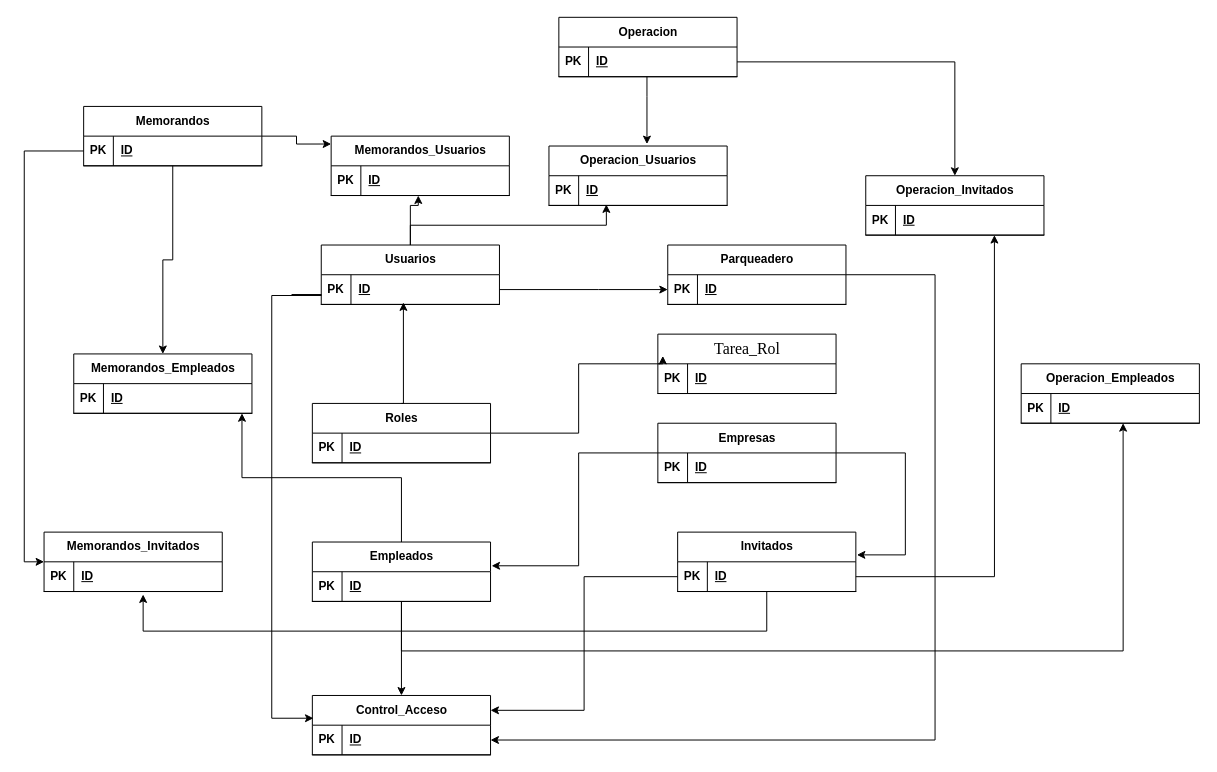
This is Diagrama de clases ACME.drawio from MichelAdrianTorradoRoa/SISTEMA_DE_CONTROL_DE_ACCESO_PARA_EL_COMPLEJO_EMPRESARIAL_ZONA_ACME, a draw.io file, before an edit. Source tidied: cells renumbered, new cells numbered last; positions are measured from the earlier drawing's top-left corner, leaving out a move shared by most shapes. Both pictures are drawn from the tidied source at 99%, with x=0, y=0 at pixel (24, 17).
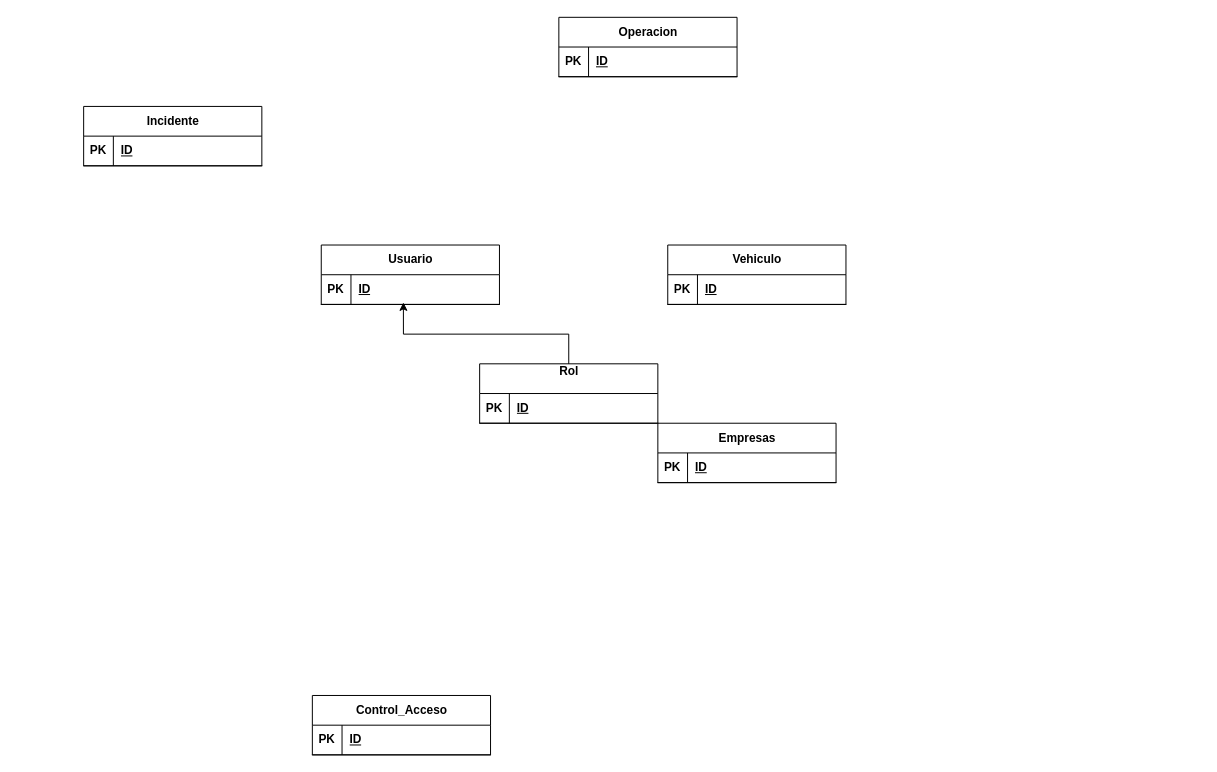
The same diagram, later.

The change refers to these unchanged cells:
```xml
<mxCell id="4" style="shape=tableRow;horizontal=0;startSize=0;swimlaneHead=0;swimlaneBody=0;fillColor=none;points=[[0,0.5],[1,0.5]];portConstraint=eastwest;top=0;left=0;right=0;bottom=1;" parent="3" vertex="1">
  <mxGeometry y="30" width="180" height="30" as="geometry" />
</mxCell>
<mxCell id="7" value="Empresas" style="shape=table;startSize=30;childLayout=tableLayout;rowLines=0;fontStyle=1;align=center;html=1;" parent="1" vertex="1">
  <mxGeometry x="640" y="410" width="180" height="60" as="geometry" />
</mxCell>
<mxCell id="8" style="shape=tableRow;horizontal=0;startSize=0;swimlaneHead=0;swimlaneBody=0;fillColor=none;points=[[0,0.5],[1,0.5]];portConstraint=eastwest;top=0;left=0;right=0;bottom=1;" parent="7" vertex="1">
  <mxGeometry y="30" width="180" height="30" as="geometry" />
</mxCell>
<mxCell id="20" value="Control_Acceso" style="shape=table;startSize=30;childLayout=tableLayout;rowLines=0;fontStyle=1;align=center;html=1;" parent="1" vertex="1">
  <mxGeometry x="291" y="685" width="180" height="60" as="geometry" />
</mxCell>
<mxCell id="21" style="shape=tableRow;horizontal=0;startSize=0;swimlaneHead=0;swimlaneBody=0;fillColor=none;points=[[0,0.5],[1,0.5]];portConstraint=eastwest;top=0;left=0;right=0;bottom=1;" parent="20" vertex="1">
  <mxGeometry y="30" width="180" height="30" as="geometry" />
</mxCell>
<mxCell id="26" style="shape=tableRow;horizontal=0;startSize=0;swimlaneHead=0;swimlaneBody=0;fillColor=none;points=[[0,0.5],[1,0.5]];portConstraint=eastwest;top=0;left=0;right=0;bottom=1;" parent="25" vertex="1">
  <mxGeometry y="30" width="180" height="30" as="geometry" />
</mxCell>
<mxCell id="35" style="shape=tableRow;horizontal=0;startSize=0;swimlaneHead=0;swimlaneBody=0;fillColor=none;points=[[0,0.5],[1,0.5]];portConstraint=eastwest;top=0;left=0;right=0;bottom=1;" parent="34" vertex="1">
  <mxGeometry y="30" width="180" height="30" as="geometry" />
</mxCell>
<mxCell id="38" value="Operacion" style="shape=table;startSize=30;childLayout=tableLayout;rowLines=0;fontStyle=1;align=center;html=1;" parent="1" vertex="1">
  <mxGeometry x="540" width="180" height="60" as="geometry" />
</mxCell>
<mxCell id="39" style="shape=tableRow;horizontal=0;startSize=0;swimlaneHead=0;swimlaneBody=0;fillColor=none;points=[[0,0.5],[1,0.5]];portConstraint=eastwest;top=0;left=0;right=0;bottom=1;" parent="38" vertex="1">
  <mxGeometry y="30" width="180" height="30" as="geometry" />
</mxCell>
```

The edit, as a diff of the source:
```diff
@@
-    <mxCell id="2" style="edgeStyle=orthogonalEdgeStyle;rounded=0;jettySize=auto;html=1;entryX=0;entryY=0.5;entryDx=0;entryDy=0;" parent="1" edge="1" source="3" target="35">
-      <mxGeometry relative="1" as="geometry">
-        <Array as="points">
-          <mxPoint x="580" y="275" />
-          <mxPoint x="580" y="275" />
-        </Array>
-      </mxGeometry>
-    </mxCell>
-    <mxCell id="3" value="Usuarios" style="shape=table;startSize=30;childLayout=tableLayout;rowLines=0;fontStyle=1;align=center;html=1;" parent="1" vertex="1">
+    <mxCell id="3" value="Usuario" style="shape=table;startSize=30;childLayout=tableLayout;rowLines=0;fontStyle=1;align=center;html=1;" parent="1" vertex="1">
       <mxGeometry x="300" y="230" width="180" height="60" as="geometry" />
     </mxCell>
@@
-    <mxCell id="11" value="Roles" style="shape=table;startSize=30;childLayout=tableLayout;rowLines=0;fontStyle=1;align=center;html=1;" parent="1" vertex="1">
-      <mxGeometry x="291" y="390" width="180" height="60" as="geometry" />
+    <mxCell id="11" value="Rol&lt;div&gt;&lt;br&gt;&lt;/div&gt;" style="shape=table;startSize=30;childLayout=tableLayout;rowLines=0;fontStyle=1;align=center;html=1;" parent="1" vertex="1">
+      <mxGeometry x="460" y="350" width="180" height="60" as="geometry" />
     </mxCell>
@@
-    <mxCell id="15" style="edgeStyle=orthogonalEdgeStyle;rounded=0;jettySize=auto;html=1;entryX=0.5;entryY=0;entryDx=0;entryDy=0;" parent="1" edge="1" source="16" target="20">
-      <mxGeometry relative="1" as="geometry" />
-    </mxCell>
-    <mxCell id="16" value="Empleados" style="shape=table;startSize=30;childLayout=tableLayout;rowLines=0;fontStyle=1;align=center;html=1;" parent="1" vertex="1">
-      <mxGeometry x="291" y="530" width="180" height="60" as="geometry" />
-    </mxCell>
-    <mxCell id="17" style="shape=tableRow;horizontal=0;startSize=0;swimlaneHead=0;swimlaneBody=0;fillColor=none;points=[[0,0.5],[1,0.5]];portConstraint=eastwest;top=0;left=0;right=0;bottom=1;" parent="16" vertex="1">
-      <mxGeometry y="30" width="180" height="30" as="geometry" />
-    </mxCell>
-    <mxCell id="18" value="PK" style="shape=partialRectangle;fillColor=none;top=0;left=0;bottom=0;right=0;fontStyle=1;overflow=hidden;whiteSpace=wrap;html=1;" parent="17" vertex="1">
-      <mxGeometry width="30" height="30" as="geometry" />
-    </mxCell>
-    <mxCell id="19" value="ID" style="shape=partialRectangle;fillColor=none;top=0;left=0;bottom=0;right=0;align=left;spacingLeft=6;fontStyle=5;overflow=hidden;whiteSpace=wrap;html=1;" parent="17" vertex="1">
-      <mxGeometry x="30" width="150" height="30" as="geometry" />
-    </mxCell>
@@
-    <mxCell id="24" style="edgeStyle=orthogonalEdgeStyle;rounded=0;jettySize=auto;html=1;" parent="1" edge="1" source="25" target="64">
-      <mxGeometry relative="1" as="geometry" />
-    </mxCell>
-    <mxCell id="25" value="Memorandos" style="shape=table;startSize=30;childLayout=tableLayout;rowLines=0;fontStyle=1;align=center;html=1;" parent="1" vertex="1">
+    <mxCell id="25" value="Incidente" style="shape=table;startSize=30;childLayout=tableLayout;rowLines=0;fontStyle=1;align=center;html=1;" parent="1" vertex="1">
       <mxGeometry x="60" y="90" width="180" height="60" as="geometry" />
     </mxCell>
@@
-    <mxCell id="29" value="&lt;span id=&quot;docs-internal-guid-4f2db24e-7fff-1957-41ad-e307b4687764&quot; style=&quot;font-weight:normal;&quot;&gt;&lt;span style=&quot;font-size: 12pt; font-family: &amp;quot;Times New Roman&amp;quot;, serif; background-color: transparent; font-variant-numeric: normal; font-variant-east-asian: normal; font-variant-alternates: normal; font-variant-position: normal; font-variant-emoji: normal; vertical-align: baseline; white-space: pre-wrap;&quot;&gt;Tarea_Rol&lt;/span&gt;&lt;/span&gt;" style="shape=table;startSize=30;childLayout=tableLayout;rowLines=0;fontStyle=1;align=center;html=1;" parent="1" vertex="1">
-      <mxGeometry x="640" y="320" width="180" height="60" as="geometry" />
-    </mxCell>
-    <mxCell id="30" style="shape=tableRow;horizontal=0;startSize=0;swimlaneHead=0;swimlaneBody=0;fillColor=none;top=0;left=0;right=0;bottom=1;" parent="29" vertex="1">
-      <mxGeometry y="30" width="180" height="30" as="geometry" />
-    </mxCell>
-    <mxCell id="31" value="PK" style="shape=partialRectangle;fillColor=none;top=0;left=0;bottom=0;right=0;fontStyle=1;overflow=hidden;whiteSpace=wrap;html=1;" parent="30" vertex="1">
-      <mxGeometry width="30" height="30" as="geometry" />
-    </mxCell>
-    <mxCell id="32" value="ID" style="shape=partialRectangle;fillColor=none;top=0;left=0;bottom=0;right=0;align=left;spacingLeft=6;fontStyle=5;overflow=hidden;whiteSpace=wrap;html=1;" parent="30" vertex="1">
-      <mxGeometry x="30" width="150" height="30" as="geometry" />
-    </mxCell>
-    <mxCell id="33" style="edgeStyle=orthogonalEdgeStyle;rounded=0;jettySize=auto;html=1;entryX=1;entryY=0.5;entryDx=0;entryDy=0;" parent="1" edge="1" source="34" target="21">
-      <mxGeometry relative="1" as="geometry">
-        <Array as="points">
-          <mxPoint x="920" y="260" />
-          <mxPoint x="920" y="730" />
-        </Array>
-      </mxGeometry>
-    </mxCell>
-    <mxCell id="34" value="Parqueadero" style="shape=table;startSize=30;childLayout=tableLayout;rowLines=0;fontStyle=1;align=center;html=1;" parent="1" vertex="1">
+    <mxCell id="34" value="Vehiculo" style="shape=table;startSize=30;childLayout=tableLayout;rowLines=0;fontStyle=1;align=center;html=1;" parent="1" vertex="1">
       <mxGeometry x="650" y="230" width="180" height="60" as="geometry" />
     </mxCell>
@@
-    <mxCell id="42" value="Invitados" style="shape=table;startSize=30;childLayout=tableLayout;rowLines=0;fontStyle=1;align=center;html=1;" parent="1" vertex="1">
-      <mxGeometry x="660" y="520" width="180" height="60" as="geometry" />
-    </mxCell>
-    <mxCell id="43" style="shape=tableRow;horizontal=0;startSize=0;swimlaneHead=0;swimlaneBody=0;fillColor=none;points=[[0,0.5],[1,0.5]];portConstraint=eastwest;top=0;left=0;right=0;bottom=1;" parent="42" vertex="1">
-      <mxGeometry y="30" width="180" height="30" as="geometry" />
-    </mxCell>
-    <mxCell id="44" value="PK" style="shape=partialRectangle;fillColor=none;top=0;left=0;bottom=0;right=0;fontStyle=1;overflow=hidden;whiteSpace=wrap;html=1;" parent="43" vertex="1">
-      <mxGeometry width="30" height="30" as="geometry" />
-    </mxCell>
-    <mxCell id="45" value="ID" style="shape=partialRectangle;fillColor=none;top=0;left=0;bottom=0;right=0;align=left;spacingLeft=6;fontStyle=5;overflow=hidden;whiteSpace=wrap;html=1;" parent="43" vertex="1">
-      <mxGeometry x="30" width="150" height="30" as="geometry" />
-    </mxCell>
     <mxCell id="46" style="edgeStyle=orthogonalEdgeStyle;rounded=0;jettySize=auto;html=1;exitX=0.5;exitY=0;exitDx=0;exitDy=0;entryX=0.461;entryY=0.933;entryDx=0;entryDy=0;entryPerimeter=0;" parent="1" edge="1" source="11" target="4">
       <mxGeometry relative="1" as="geometry">
         <Array as="points">
-          <mxPoint x="383" y="390" />
+          <mxPoint x="550" y="320" />
+          <mxPoint x="383" y="320" />
         </Array>
       </mxGeometry>
     </mxCell>
-    <mxCell id="47" style="edgeStyle=orthogonalEdgeStyle;rounded=0;jettySize=auto;html=1;entryX=1.006;entryY=0.4;entryDx=0;entryDy=0;entryPerimeter=0;" parent="1" edge="1" source="7" target="16">
-      <mxGeometry relative="1" as="geometry">
-        <Array as="points">
-          <mxPoint x="560" y="440" />
-          <mxPoint x="560" y="554" />
-        </Array>
-      </mxGeometry>
-    </mxCell>
-    <mxCell id="48" style="edgeStyle=orthogonalEdgeStyle;rounded=0;jettySize=auto;html=1;entryX=1.006;entryY=0.383;entryDx=0;entryDy=0;entryPerimeter=0;" parent="1" edge="1" source="8" target="42">
-      <mxGeometry relative="1" as="geometry">
-        <Array as="points">
-          <mxPoint x="890" y="440" />
-          <mxPoint x="890" y="543" />
-        </Array>
-      </mxGeometry>
-    </mxCell>
-    <mxCell id="49" style="edgeStyle=orthogonalEdgeStyle;rounded=0;jettySize=auto;html=1;entryX=0.028;entryY=0.367;entryDx=0;entryDy=0;entryPerimeter=0;" parent="1" edge="1" source="11" target="29">
-      <mxGeometry relative="1" as="geometry">
-        <Array as="points">
-          <mxPoint x="560" y="420" />
-          <mxPoint x="560" y="350" />
-          <mxPoint x="645" y="350" />
-        </Array>
-      </mxGeometry>
-    </mxCell>
-    <mxCell id="50" style="edgeStyle=orthogonalEdgeStyle;rounded=0;jettySize=auto;html=1;entryX=0.006;entryY=0.383;entryDx=0;entryDy=0;entryPerimeter=0;" parent="1" edge="1" target="20">
-      <mxGeometry relative="1" as="geometry">
-        <mxPoint x="270" y="280" as="sourcePoint" />
-        <Array as="points">
-          <mxPoint x="300" y="280" />
-          <mxPoint x="300" y="281" />
-          <mxPoint x="250" y="281" />
-          <mxPoint x="250" y="708" />
-        </Array>
-      </mxGeometry>
-    </mxCell>
-    <mxCell id="51" style="edgeStyle=orthogonalEdgeStyle;rounded=0;jettySize=auto;html=1;entryX=1;entryY=0.25;entryDx=0;entryDy=0;" parent="1" edge="1" source="43" target="20">
-      <mxGeometry relative="1" as="geometry" />
-    </mxCell>
-    <mxCell id="52" value="Memorandos_Usuarios" style="shape=table;startSize=30;childLayout=tableLayout;rowLines=0;fontStyle=1;align=center;html=1;" parent="1" vertex="1">
-      <mxGeometry x="310" y="120" width="180" height="60" as="geometry" />
-    </mxCell>
-    <mxCell id="53" style="shape=tableRow;horizontal=0;startSize=0;swimlaneHead=0;swimlaneBody=0;fillColor=none;points=[[0,0.5],[1,0.5]];portConstraint=eastwest;top=0;left=0;right=0;bottom=1;" parent="52" vertex="1">
-      <mxGeometry y="30" width="180" height="30" as="geometry" />
-    </mxCell>
-    <mxCell id="54" value="PK" style="shape=partialRectangle;fillColor=none;top=0;left=0;bottom=0;right=0;fontStyle=1;overflow=hidden;whiteSpace=wrap;html=1;" parent="53" vertex="1">
-      <mxGeometry width="30" height="30" as="geometry" />
-    </mxCell>
-    <mxCell id="55" value="ID" style="shape=partialRectangle;fillColor=none;top=0;left=0;bottom=0;right=0;align=left;spacingLeft=6;fontStyle=5;overflow=hidden;whiteSpace=wrap;html=1;" parent="53" vertex="1">
-      <mxGeometry x="30" width="150" height="30" as="geometry" />
-    </mxCell>
-    <mxCell id="56" value="Operacion_Usuarios" style="shape=table;startSize=30;childLayout=tableLayout;rowLines=0;fontStyle=1;align=center;html=1;" parent="1" vertex="1">
-      <mxGeometry x="530" y="130" width="180" height="60" as="geometry" />
-    </mxCell>
-    <mxCell id="57" style="shape=tableRow;horizontal=0;startSize=0;swimlaneHead=0;swimlaneBody=0;fillColor=none;points=[[0,0.5],[1,0.5]];portConstraint=eastwest;top=0;left=0;right=0;bottom=1;" parent="56" vertex="1">
-      <mxGeometry y="30" width="180" height="30" as="geometry" />
-    </mxCell>
-    <mxCell id="58" value="PK" style="shape=partialRectangle;fillColor=none;top=0;left=0;bottom=0;right=0;fontStyle=1;overflow=hidden;whiteSpace=wrap;html=1;" parent="57" vertex="1">
-      <mxGeometry width="30" height="30" as="geometry" />
-    </mxCell>
-    <mxCell id="59" value="ID" style="shape=partialRectangle;fillColor=none;top=0;left=0;bottom=0;right=0;align=left;spacingLeft=6;fontStyle=5;overflow=hidden;whiteSpace=wrap;html=1;" parent="57" vertex="1">
-      <mxGeometry x="30" width="150" height="30" as="geometry" />
-    </mxCell>
-    <mxCell id="60" style="edgeStyle=orthogonalEdgeStyle;rounded=0;jettySize=auto;html=1;entryX=0.322;entryY=0.967;entryDx=0;entryDy=0;entryPerimeter=0;" parent="1" edge="1" source="3" target="57">
-      <mxGeometry relative="1" as="geometry" />
-    </mxCell>
-    <mxCell id="61" style="edgeStyle=orthogonalEdgeStyle;rounded=0;jettySize=auto;html=1;entryX=0.55;entryY=-0.033;entryDx=0;entryDy=0;entryPerimeter=0;" parent="1" edge="1" source="38" target="56">
-      <mxGeometry relative="1" as="geometry">
-        <Array as="points">
-          <mxPoint x="629" y="80" />
-          <mxPoint x="629" y="80" />
-        </Array>
-      </mxGeometry>
-    </mxCell>
-    <mxCell id="62" style="edgeStyle=orthogonalEdgeStyle;rounded=0;jettySize=auto;html=1;entryX=0.489;entryY=1;entryDx=0;entryDy=0;entryPerimeter=0;" parent="1" edge="1" source="3" target="53">
-      <mxGeometry relative="1" as="geometry">
-        <Array as="points">
-          <mxPoint x="390" y="190" />
-        </Array>
-      </mxGeometry>
-    </mxCell>
-    <mxCell id="63" style="edgeStyle=orthogonalEdgeStyle;rounded=0;jettySize=auto;html=1;entryX=0;entryY=0.133;entryDx=0;entryDy=0;entryPerimeter=0;" parent="1" edge="1" source="25" target="52">
-      <mxGeometry relative="1" as="geometry" />
-    </mxCell>
-    <mxCell id="64" value="Memorandos_Empleados" style="shape=table;startSize=30;childLayout=tableLayout;rowLines=0;fontStyle=1;align=center;html=1;" parent="1" vertex="1">
-      <mxGeometry x="50" y="340" width="180" height="60" as="geometry" />
-    </mxCell>
-    <mxCell id="65" style="shape=tableRow;horizontal=0;startSize=0;swimlaneHead=0;swimlaneBody=0;fillColor=none;points=[[0,0.5],[1,0.5]];portConstraint=eastwest;top=0;left=0;right=0;bottom=1;" parent="64" vertex="1">
-      <mxGeometry y="30" width="180" height="30" as="geometry" />
-    </mxCell>
-    <mxCell id="66" value="PK" style="shape=partialRectangle;fillColor=none;top=0;left=0;bottom=0;right=0;fontStyle=1;overflow=hidden;whiteSpace=wrap;html=1;" parent="65" vertex="1">
-      <mxGeometry width="30" height="30" as="geometry" />
-    </mxCell>
-    <mxCell id="67" value="ID" style="shape=partialRectangle;fillColor=none;top=0;left=0;bottom=0;right=0;align=left;spacingLeft=6;fontStyle=5;overflow=hidden;whiteSpace=wrap;html=1;" parent="65" vertex="1">
-      <mxGeometry x="30" width="150" height="30" as="geometry" />
-    </mxCell>
-    <mxCell id="68" value="Memorandos_Invitados" style="shape=table;startSize=30;childLayout=tableLayout;rowLines=0;fontStyle=1;align=center;html=1;" parent="1" vertex="1">
-      <mxGeometry x="20" y="520" width="180" height="60" as="geometry" />
-    </mxCell>
-    <mxCell id="69" style="shape=tableRow;horizontal=0;startSize=0;swimlaneHead=0;swimlaneBody=0;fillColor=none;points=[[0,0.5],[1,0.5]];portConstraint=eastwest;top=0;left=0;right=0;bottom=1;" parent="68" vertex="1">
-      <mxGeometry y="30" width="180" height="30" as="geometry" />
-    </mxCell>
-    <mxCell id="70" value="PK" style="shape=partialRectangle;fillColor=none;top=0;left=0;bottom=0;right=0;fontStyle=1;overflow=hidden;whiteSpace=wrap;html=1;" parent="69" vertex="1">
-      <mxGeometry width="30" height="30" as="geometry" />
-    </mxCell>
-    <mxCell id="71" value="ID" style="shape=partialRectangle;fillColor=none;top=0;left=0;bottom=0;right=0;align=left;spacingLeft=6;fontStyle=5;overflow=hidden;whiteSpace=wrap;html=1;" parent="69" vertex="1">
-      <mxGeometry x="30" width="150" height="30" as="geometry" />
-    </mxCell>
-    <mxCell id="72" style="edgeStyle=orthogonalEdgeStyle;rounded=0;jettySize=auto;html=1;entryX=0.944;entryY=1;entryDx=0;entryDy=0;entryPerimeter=0;" parent="1" edge="1" source="16" target="65">
-      <mxGeometry relative="1" as="geometry" />
-    </mxCell>
-    <mxCell id="73" style="edgeStyle=orthogonalEdgeStyle;rounded=0;jettySize=auto;html=1;entryX=0;entryY=0;entryDx=0;entryDy=0;entryPerimeter=0;" parent="1" edge="1" source="26" target="69">
-      <mxGeometry relative="1" as="geometry">
-        <Array as="points">
-          <mxPoint y="135" />
-          <mxPoint y="550" />
-        </Array>
-      </mxGeometry>
-    </mxCell>
-    <mxCell id="74" style="edgeStyle=orthogonalEdgeStyle;rounded=0;jettySize=auto;html=1;entryX=0.556;entryY=1.1;entryDx=0;entryDy=0;entryPerimeter=0;" parent="1" edge="1" source="42" target="69">
-      <mxGeometry relative="1" as="geometry">
-        <Array as="points">
-          <mxPoint x="750" y="620" />
-          <mxPoint x="120" y="620" />
-        </Array>
-      </mxGeometry>
-    </mxCell>
-    <mxCell id="75" value="Operacion_Invitados" style="shape=table;startSize=30;childLayout=tableLayout;rowLines=0;fontStyle=1;align=center;html=1;" parent="1" vertex="1">
-      <mxGeometry x="850" y="160" width="180" height="60" as="geometry" />
-    </mxCell>
-    <mxCell id="76" style="shape=tableRow;horizontal=0;startSize=0;swimlaneHead=0;swimlaneBody=0;fillColor=none;points=[[0,0.5],[1,0.5]];portConstraint=eastwest;top=0;left=0;right=0;bottom=1;" parent="75" vertex="1">
-      <mxGeometry y="30" width="180" height="30" as="geometry" />
-    </mxCell>
-    <mxCell id="77" value="PK" style="shape=partialRectangle;fillColor=none;top=0;left=0;bottom=0;right=0;fontStyle=1;overflow=hidden;whiteSpace=wrap;html=1;" parent="76" vertex="1">
-      <mxGeometry width="30" height="30" as="geometry" />
-    </mxCell>
-    <mxCell id="78" value="ID" style="shape=partialRectangle;fillColor=none;top=0;left=0;bottom=0;right=0;align=left;spacingLeft=6;fontStyle=5;overflow=hidden;whiteSpace=wrap;html=1;" parent="76" vertex="1">
-      <mxGeometry x="30" width="150" height="30" as="geometry" />
-    </mxCell>
-    <mxCell id="79" value="Operacion_Empleados" style="shape=table;startSize=30;childLayout=tableLayout;rowLines=0;fontStyle=1;align=center;html=1;" parent="1" vertex="1">
-      <mxGeometry x="1007" y="350" width="180" height="60" as="geometry" />
-    </mxCell>
-    <mxCell id="80" style="shape=tableRow;horizontal=0;startSize=0;swimlaneHead=0;swimlaneBody=0;fillColor=none;points=[[0,0.5],[1,0.5]];portConstraint=eastwest;top=0;left=0;right=0;bottom=1;" parent="79" vertex="1">
-      <mxGeometry y="30" width="180" height="30" as="geometry" />
-    </mxCell>
-    <mxCell id="81" value="PK" style="shape=partialRectangle;fillColor=none;top=0;left=0;bottom=0;right=0;fontStyle=1;overflow=hidden;whiteSpace=wrap;html=1;" parent="80" vertex="1">
-      <mxGeometry width="30" height="30" as="geometry" />
-    </mxCell>
-    <mxCell id="82" value="ID" style="shape=partialRectangle;fillColor=none;top=0;left=0;bottom=0;right=0;align=left;spacingLeft=6;fontStyle=5;overflow=hidden;whiteSpace=wrap;html=1;" parent="80" vertex="1">
-      <mxGeometry x="30" width="150" height="30" as="geometry" />
-    </mxCell>
-    <mxCell id="83" style="edgeStyle=orthogonalEdgeStyle;rounded=0;jettySize=auto;html=1;entryX=0.572;entryY=1;entryDx=0;entryDy=0;entryPerimeter=0;" parent="1" edge="1" source="17" target="80">
-      <mxGeometry relative="1" as="geometry">
-        <Array as="points">
-          <mxPoint x="381" y="640" />
-          <mxPoint x="1110" y="640" />
-        </Array>
-      </mxGeometry>
-    </mxCell>
-    <mxCell id="84" style="edgeStyle=orthogonalEdgeStyle;rounded=0;jettySize=auto;html=1;entryX=0.722;entryY=1;entryDx=0;entryDy=0;entryPerimeter=0;" parent="1" edge="1" source="43" target="76">
-      <mxGeometry relative="1" as="geometry" />
-    </mxCell>
-    <mxCell id="85" style="edgeStyle=orthogonalEdgeStyle;rounded=0;jettySize=auto;html=1;" parent="1" edge="1" source="39" target="75">
-      <mxGeometry relative="1" as="geometry" />
-    </mxCell>
```
